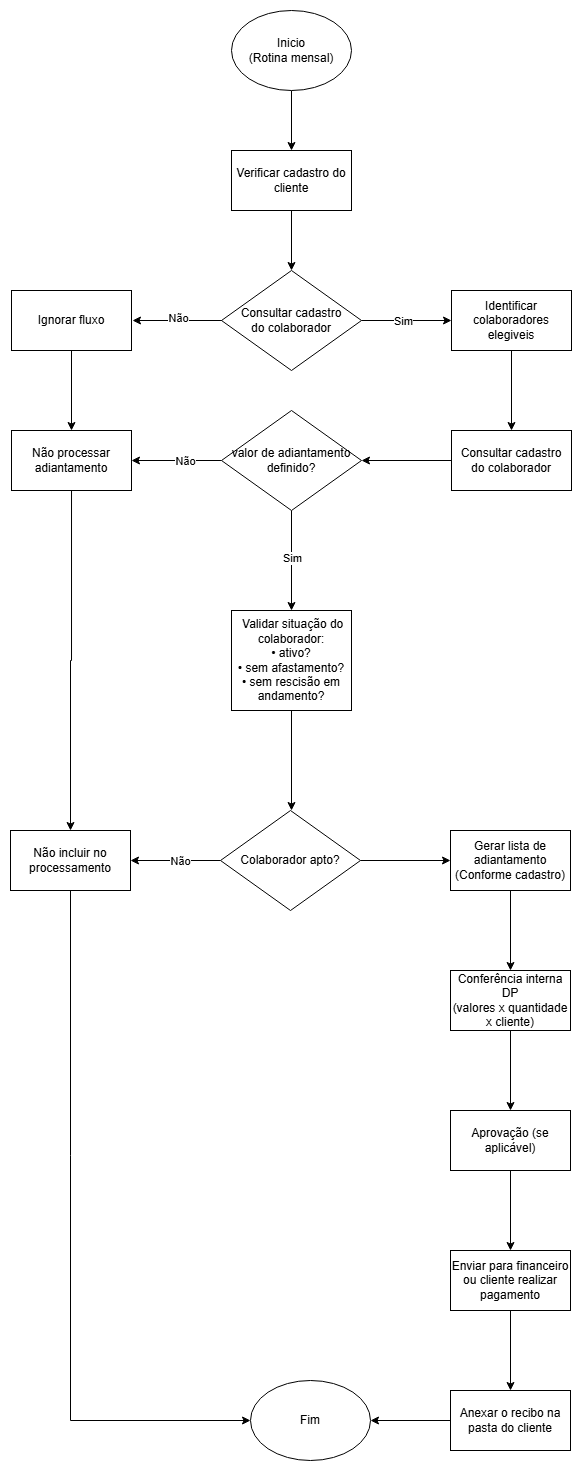
This is 3 - Departamento Pessoal/4 - Fluxo de adiantamento de salario/2 - Fluxograma/Fluxo de adiantamento de salario.drawio.png from MateusMoller/processos-contabeis, a draw.io export, as it was before one commit. Source tidied: cells renumbered, new cells last; positions are measured from the earlier drawing's top-left corner, leaving out a move shared by most shapes. The source it was exported from:
```xml
<mxGraphModel>
  <root>
    <mxCell id="0" />
    <mxCell id="1" parent="0" />
    <mxCell id="2" style="edgeStyle=orthogonalEdgeStyle;rounded=0;jettySize=auto;html=1;" parent="1" edge="1" source="3">
      <mxGeometry relative="1" as="geometry">
        <mxPoint x="281" y="140" as="targetPoint" />
      </mxGeometry>
    </mxCell>
    <mxCell id="3" value="Inicio&lt;div&gt;(Rotina mensal)&lt;/div&gt;" style="ellipse;whiteSpace=wrap;html=1;" parent="1" vertex="1">
      <mxGeometry x="221" width="120" height="80" as="geometry" />
    </mxCell>
    <mxCell id="4" style="edgeStyle=orthogonalEdgeStyle;rounded=0;jettySize=auto;html=1;" parent="1" edge="1" source="5" target="10">
      <mxGeometry relative="1" as="geometry" />
    </mxCell>
    <mxCell id="5" value="Verificar cadastro do cliente" style="rounded=0;whiteSpace=wrap;html=1;" parent="1" vertex="1">
      <mxGeometry x="221" y="140" width="120" height="60" as="geometry" />
    </mxCell>
    <mxCell id="6" style="edgeStyle=orthogonalEdgeStyle;rounded=0;orthogonalLoop=1;jettySize=auto;html=1;" parent="1" edge="1">
      <mxGeometry relative="1" as="geometry">
        <mxPoint x="212" y="310" as="sourcePoint" />
        <mxPoint x="122" y="310" as="targetPoint" />
      </mxGeometry>
    </mxCell>
    <mxCell id="7" value="Não" style="edgeLabel;html=1;align=center;verticalAlign=middle;" parent="6" vertex="1">
      <mxGeometry x="-0.03" y="-2" relative="1" as="geometry" />
    </mxCell>
    <mxCell id="8" style="edgeStyle=orthogonalEdgeStyle;rounded=0;jettySize=auto;html=1;" parent="1" edge="1" source="10" target="14">
      <mxGeometry relative="1" as="geometry" />
    </mxCell>
    <mxCell id="9" value="Sim" style="edgeLabel;html=1;align=center;verticalAlign=middle;" parent="8" vertex="1">
      <mxGeometry x="-0.08" y="-1" relative="1" as="geometry" />
    </mxCell>
    <mxCell id="10" value="&lt;span&gt;Consultar cadastro&lt;/span&gt;&lt;br&gt;&lt;span&gt;do colaborador&lt;/span&gt;" style="rhombus;whiteSpace=wrap;html=1;rounded=0;" parent="1" vertex="1">
      <mxGeometry x="211" y="260" width="140" height="100" as="geometry" />
    </mxCell>
    <mxCell id="11" style="edgeStyle=orthogonalEdgeStyle;rounded=0;jettySize=auto;html=1;" parent="1" edge="1" source="12" target="23">
      <mxGeometry relative="1" as="geometry" />
    </mxCell>
    <mxCell id="12" value="Ignorar fluxo" style="whiteSpace=wrap;html=1;rounded=0;" parent="1" vertex="1">
      <mxGeometry x="1" y="280" width="120" height="60" as="geometry" />
    </mxCell>
    <mxCell id="13" style="edgeStyle=orthogonalEdgeStyle;rounded=0;jettySize=auto;html=1;" parent="1" edge="1" source="14" target="16">
      <mxGeometry relative="1" as="geometry" />
    </mxCell>
    <mxCell id="14" value="Identificar colaboradores elegiveis" style="whiteSpace=wrap;html=1;rounded=0;" parent="1" vertex="1">
      <mxGeometry x="441" y="280" width="120" height="60" as="geometry" />
    </mxCell>
    <mxCell id="15" style="edgeStyle=orthogonalEdgeStyle;rounded=0;jettySize=auto;html=1;" parent="1" edge="1" source="16" target="21">
      <mxGeometry relative="1" as="geometry" />
    </mxCell>
    <mxCell id="16" value="Consultar cadastro&lt;br&gt;do colaborador" style="whiteSpace=wrap;html=1;rounded=0;" parent="1" vertex="1">
      <mxGeometry x="441" y="420" width="120" height="60" as="geometry" />
    </mxCell>
    <mxCell id="17" style="edgeStyle=orthogonalEdgeStyle;rounded=0;jettySize=auto;html=1;" parent="1" edge="1" source="21" target="23">
      <mxGeometry relative="1" as="geometry" />
    </mxCell>
    <mxCell id="18" value="Não" style="edgeLabel;html=1;align=center;verticalAlign=middle;" parent="17" vertex="1">
      <mxGeometry x="-0.19" y="1" relative="1" as="geometry" />
    </mxCell>
    <mxCell id="19" style="edgeStyle=orthogonalEdgeStyle;rounded=0;jettySize=auto;html=1;" parent="1" edge="1" source="21" target="25">
      <mxGeometry relative="1" as="geometry" />
    </mxCell>
    <mxCell id="20" value="Sim" style="edgeLabel;html=1;align=center;verticalAlign=middle;" parent="19" vertex="1">
      <mxGeometry x="-0.04" y="1" relative="1" as="geometry" />
    </mxCell>
    <mxCell id="21" value="valor de adiantamento definido?" style="rhombus;whiteSpace=wrap;html=1;rounded=0;" parent="1" vertex="1">
      <mxGeometry x="211" y="400" width="140" height="100" as="geometry" />
    </mxCell>
    <mxCell id="22" style="edgeStyle=orthogonalEdgeStyle;rounded=0;jettySize=auto;html=1;entryX=0.5;entryY=0;entryDx=0;entryDy=0;" parent="1" edge="1" source="23" target="31">
      <mxGeometry relative="1" as="geometry" />
    </mxCell>
    <mxCell id="23" value="Não processar adiantamento" style="whiteSpace=wrap;html=1;rounded=0;" parent="1" vertex="1">
      <mxGeometry x="1" y="420" width="120" height="60" as="geometry" />
    </mxCell>
    <mxCell id="24" style="edgeStyle=orthogonalEdgeStyle;rounded=0;jettySize=auto;html=1;" parent="1" edge="1" source="25">
      <mxGeometry relative="1" as="geometry">
        <mxPoint x="281" y="800" as="targetPoint" />
      </mxGeometry>
    </mxCell>
    <mxCell id="25" value="&amp;nbsp;Validar situação do colaborador:&lt;div&gt;• ativo?&lt;br&gt;                    • sem afastamento?&lt;br&gt;                    • sem rescisão em andamento?&lt;/div&gt;" style="whiteSpace=wrap;html=1;rounded=0;" parent="1" vertex="1">
      <mxGeometry x="221" y="600" width="120" height="100" as="geometry" />
    </mxCell>
    <mxCell id="26" style="edgeStyle=orthogonalEdgeStyle;rounded=0;jettySize=auto;html=1;" parent="1" edge="1" source="29" target="31">
      <mxGeometry relative="1" as="geometry" />
    </mxCell>
    <mxCell id="27" value="Não" style="edgeLabel;html=1;align=center;verticalAlign=middle;" parent="26" vertex="1">
      <mxGeometry x="-0.12" y="1" relative="1" as="geometry" />
    </mxCell>
    <mxCell id="28" style="edgeStyle=orthogonalEdgeStyle;rounded=0;jettySize=auto;html=1;" parent="1" edge="1" source="29" target="33">
      <mxGeometry relative="1" as="geometry" />
    </mxCell>
    <mxCell id="29" value="Colaborador apto?" style="rhombus;whiteSpace=wrap;html=1;rounded=0;" parent="1" vertex="1">
      <mxGeometry x="210" y="800" width="140" height="100" as="geometry" />
    </mxCell>
    <mxCell id="30" style="edgeStyle=orthogonalEdgeStyle;rounded=0;jettySize=auto;html=1;entryX=0;entryY=0.5;entryDx=0;entryDy=0;exitX=0.5;exitY=1;exitDx=0;exitDy=0;" parent="1" edge="1" source="31" target="40">
      <mxGeometry relative="1" as="geometry" />
    </mxCell>
    <mxCell id="31" value="Não incluir no processamento" style="whiteSpace=wrap;html=1;rounded=0;" parent="1" vertex="1">
      <mxGeometry y="820" width="120" height="60" as="geometry" />
    </mxCell>
    <mxCell id="32" style="edgeStyle=orthogonalEdgeStyle;rounded=0;jettySize=auto;html=1;" parent="1" edge="1" source="33" target="35">
      <mxGeometry relative="1" as="geometry" />
    </mxCell>
    <mxCell id="33" value="Gerar lista de adiantamento&lt;div&gt;(Conforme cadastro)&lt;/div&gt;" style="whiteSpace=wrap;html=1;rounded=0;" parent="1" vertex="1">
      <mxGeometry x="440" y="820" width="120" height="60" as="geometry" />
    </mxCell>
    <mxCell id="34" style="edgeStyle=orthogonalEdgeStyle;rounded=0;jettySize=auto;html=1;" parent="1" edge="1" source="35" target="37">
      <mxGeometry relative="1" as="geometry" />
    </mxCell>
    <mxCell id="35" value="Conferência interna DP&lt;br/&gt;(valores x quantidade x cliente)" style="whiteSpace=wrap;html=1;rounded=0;" parent="1" vertex="1">
      <mxGeometry x="440" y="960" width="120" height="60" as="geometry" />
    </mxCell>
    <mxCell id="36" style="edgeStyle=orthogonalEdgeStyle;rounded=0;jettySize=auto;html=1;" parent="1" edge="1" source="37" target="39">
      <mxGeometry relative="1" as="geometry" />
    </mxCell>
    <mxCell id="37" value="Aprovação (se aplicável)" style="whiteSpace=wrap;html=1;rounded=0;" parent="1" vertex="1">
      <mxGeometry x="440" y="1100" width="120" height="60" as="geometry" />
    </mxCell>
    <mxCell id="38" style="edgeStyle=orthogonalEdgeStyle;rounded=0;jettySize=auto;html=1;" parent="1" edge="1" source="39" target="42">
      <mxGeometry relative="1" as="geometry" />
    </mxCell>
    <mxCell id="39" value="Enviar para financeiro&lt;br&gt;ou cliente realizar pagamento" style="whiteSpace=wrap;html=1;rounded=0;" parent="1" vertex="1">
      <mxGeometry x="440" y="1240" width="120" height="60" as="geometry" />
    </mxCell>
    <mxCell id="40" value="Fim" style="ellipse;whiteSpace=wrap;html=1;" parent="1" vertex="1">
      <mxGeometry x="240" y="1370" width="120" height="80" as="geometry" />
    </mxCell>
    <mxCell id="41" style="edgeStyle=orthogonalEdgeStyle;rounded=0;jettySize=auto;html=1;" parent="1" edge="1" source="42">
      <mxGeometry relative="1" as="geometry">
        <mxPoint x="360" y="1410" as="targetPoint" />
      </mxGeometry>
    </mxCell>
    <mxCell id="42" value="Anexar o recibo na pasta do cliente" style="whiteSpace=wrap;html=1;rounded=0;" parent="1" vertex="1">
      <mxGeometry x="440" y="1380" width="120" height="60" as="geometry" />
    </mxCell>
  </root>
</mxGraphModel>
```
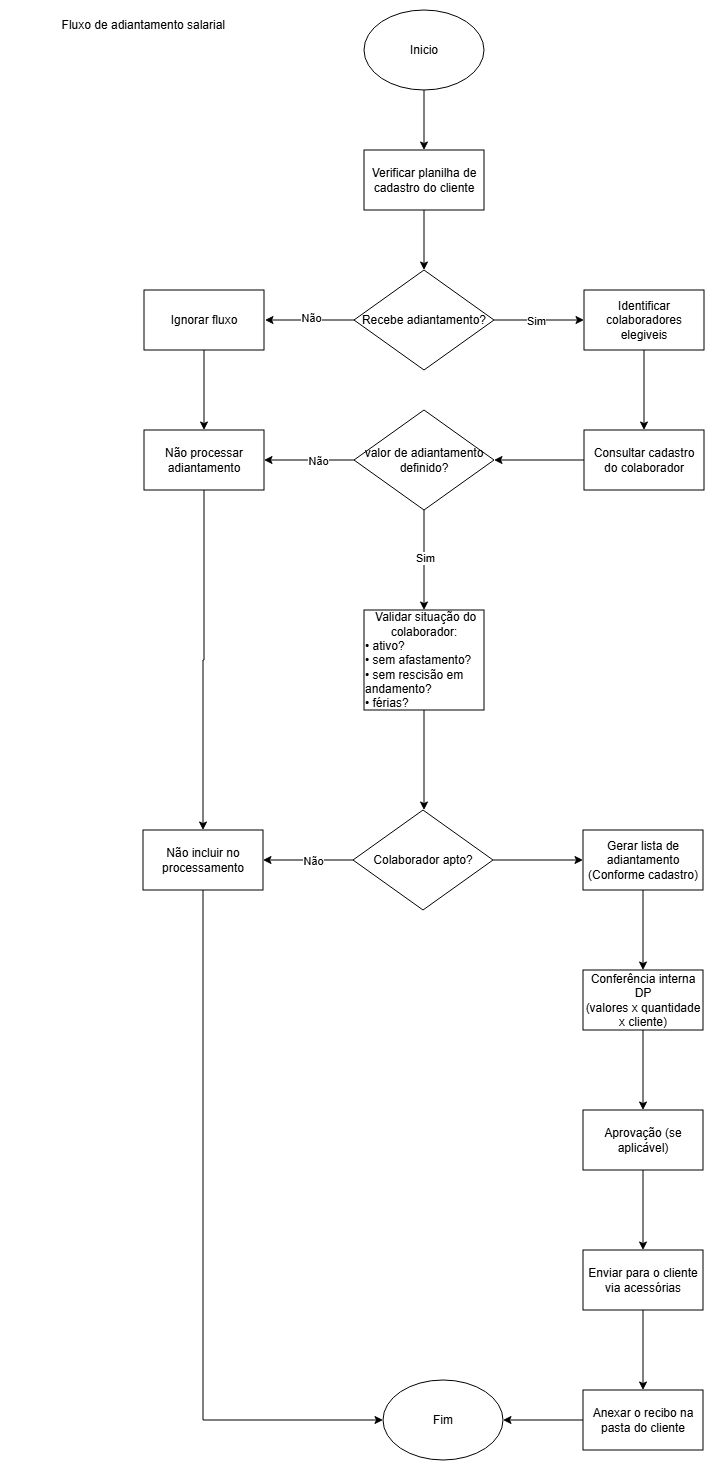
After the commit.

Change to the diagram source:
```diff
@@ -7,13 +7,13 @@
         <mxPoint x="281" y="140" as="targetPoint" />
       </mxGeometry>
     </mxCell>
-    <mxCell id="3" value="Inicio&lt;div&gt;(Rotina mensal)&lt;/div&gt;" style="ellipse;whiteSpace=wrap;html=1;" parent="1" vertex="1">
+    <mxCell id="3" value="Inicio" style="ellipse;whiteSpace=wrap;html=1;" parent="1" vertex="1">
       <mxGeometry x="221" width="120" height="80" as="geometry" />
     </mxCell>
     <mxCell id="4" style="edgeStyle=orthogonalEdgeStyle;rounded=0;jettySize=auto;html=1;" parent="1" edge="1" source="5" target="10">
       <mxGeometry relative="1" as="geometry" />
     </mxCell>
-    <mxCell id="5" value="Verificar cadastro do cliente" style="rounded=0;whiteSpace=wrap;html=1;" parent="1" vertex="1">
+    <mxCell id="5" value="Verificar planilha de cadastro do cliente" style="rounded=0;whiteSpace=wrap;html=1;" parent="1" vertex="1">
       <mxGeometry x="221" y="140" width="120" height="60" as="geometry" />
     </mxCell>
     <mxCell id="6" style="edgeStyle=orthogonalEdgeStyle;rounded=0;orthogonalLoop=1;jettySize=auto;html=1;" parent="1" edge="1">
@@ -31,7 +31,7 @@
     <mxCell id="9" value="Sim" style="edgeLabel;html=1;align=center;verticalAlign=middle;" parent="8" vertex="1">
       <mxGeometry x="-0.08" y="-1" relative="1" as="geometry" />
     </mxCell>
-    <mxCell id="10" value="&lt;span&gt;Consultar cadastro&lt;/span&gt;&lt;br&gt;&lt;span&gt;do colaborador&lt;/span&gt;" style="rhombus;whiteSpace=wrap;html=1;rounded=0;" parent="1" vertex="1">
+    <mxCell id="10" value="Recebe adiantamento?" style="rhombus;whiteSpace=wrap;html=1;rounded=0;" parent="1" vertex="1">
       <mxGeometry x="211" y="260" width="140" height="100" as="geometry" />
     </mxCell>
     <mxCell id="11" style="edgeStyle=orthogonalEdgeStyle;rounded=0;jettySize=auto;html=1;" parent="1" edge="1" source="12" target="23">
@@ -78,7 +78,7 @@
         <mxPoint x="281" y="800" as="targetPoint" />
       </mxGeometry>
     </mxCell>
-    <mxCell id="25" value="&amp;nbsp;Validar situação do colaborador:&lt;div&gt;• ativo?&lt;br&gt;                    • sem afastamento?&lt;br&gt;                    • sem rescisão em andamento?&lt;/div&gt;" style="whiteSpace=wrap;html=1;rounded=0;" parent="1" vertex="1">
+    <mxCell id="25" value="&amp;nbsp;Validar situação do colaborador:&lt;div&gt;&lt;div style=&quot;text-align: left;&quot;&gt;&lt;span style=&quot;background-color: transparent; color: light-dark(rgb(0, 0, 0), rgb(255, 255, 255));&quot;&gt;• ativo?&lt;/span&gt;&lt;/div&gt;&lt;div style=&quot;text-align: left;&quot;&gt;&lt;span style=&quot;background-color: transparent; color: light-dark(rgb(0, 0, 0), rgb(255, 255, 255));&quot;&gt;• sem afastamento?&lt;/span&gt;&lt;/div&gt;&lt;/div&gt;&lt;div style=&quot;text-align: left;&quot;&gt;• sem rescisão em andamento?&lt;/div&gt;&lt;div style=&quot;text-align: left;&quot;&gt;&lt;span style=&quot;text-align: center;&quot;&gt;• férias?&lt;/span&gt;&lt;/div&gt;" style="whiteSpace=wrap;html=1;rounded=0;" parent="1" vertex="1">
       <mxGeometry x="221" y="600" width="120" height="100" as="geometry" />
     </mxCell>
     <mxCell id="26" style="edgeStyle=orthogonalEdgeStyle;rounded=0;jettySize=auto;html=1;" parent="1" edge="1" source="29" target="31">
@@ -120,7 +120,7 @@
     <mxCell id="38" style="edgeStyle=orthogonalEdgeStyle;rounded=0;jettySize=auto;html=1;" parent="1" edge="1" source="39" target="42">
       <mxGeometry relative="1" as="geometry" />
     </mxCell>
-    <mxCell id="39" value="Enviar para financeiro&lt;br&gt;ou cliente realizar pagamento" style="whiteSpace=wrap;html=1;rounded=0;" parent="1" vertex="1">
+    <mxCell id="39" value="Enviar para o cliente via acessórias" style="whiteSpace=wrap;html=1;rounded=0;" parent="1" vertex="1">
       <mxGeometry x="440" y="1240" width="120" height="60" as="geometry" />
     </mxCell>
     <mxCell id="40" value="Fim" style="ellipse;whiteSpace=wrap;html=1;" parent="1" vertex="1">
@@ -134,5 +134,8 @@
     <mxCell id="42" value="Anexar o recibo na pasta do cliente" style="whiteSpace=wrap;html=1;rounded=0;" parent="1" vertex="1">
       <mxGeometry x="440" y="1380" width="120" height="60" as="geometry" />
     </mxCell>
+    <mxCell id="43" value="Fluxo de adiantamento salarial&amp;nbsp;" style="text;html=1;whiteSpace=wrap;strokeColor=none;fillColor=none;align=center;verticalAlign=middle;rounded=0;" parent="1" vertex="1">
+      <mxGeometry x="-133" width="270" height="30" as="geometry" />
+    </mxCell>
   </root>
 </mxGraphModel>
```
